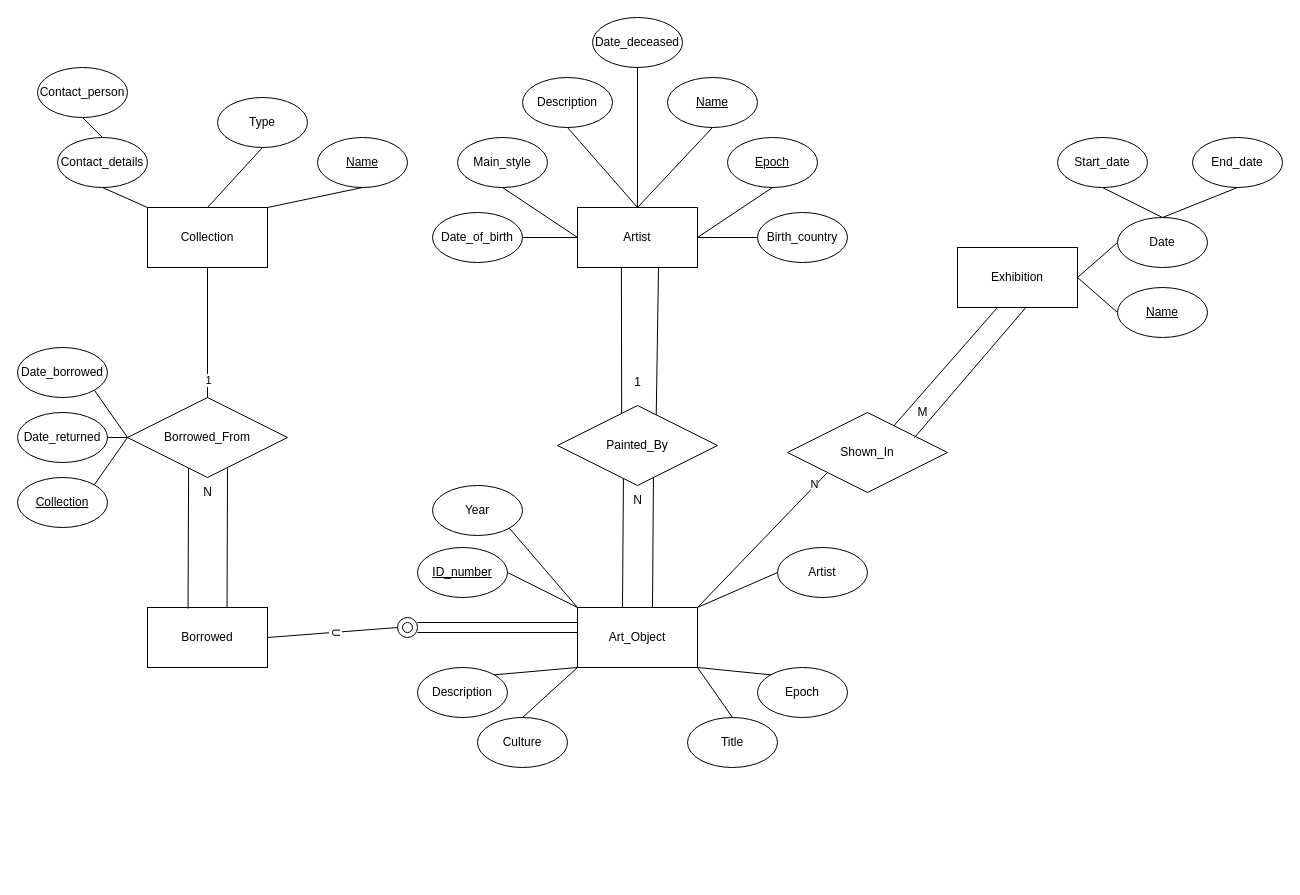
The draw.io diagram Untitled Diagram.drawio in ENSF-300-F23/museum-project-l03-35, before the edit. Source tidied: cells renumbered, new cells numbered last; positions are measured from the earlier drawing's top-left corner, leaving out a move shared by most shapes. Both pictures are drawn from the tidied source at 100%, with x=0, y=0 at pixel (17, 17).
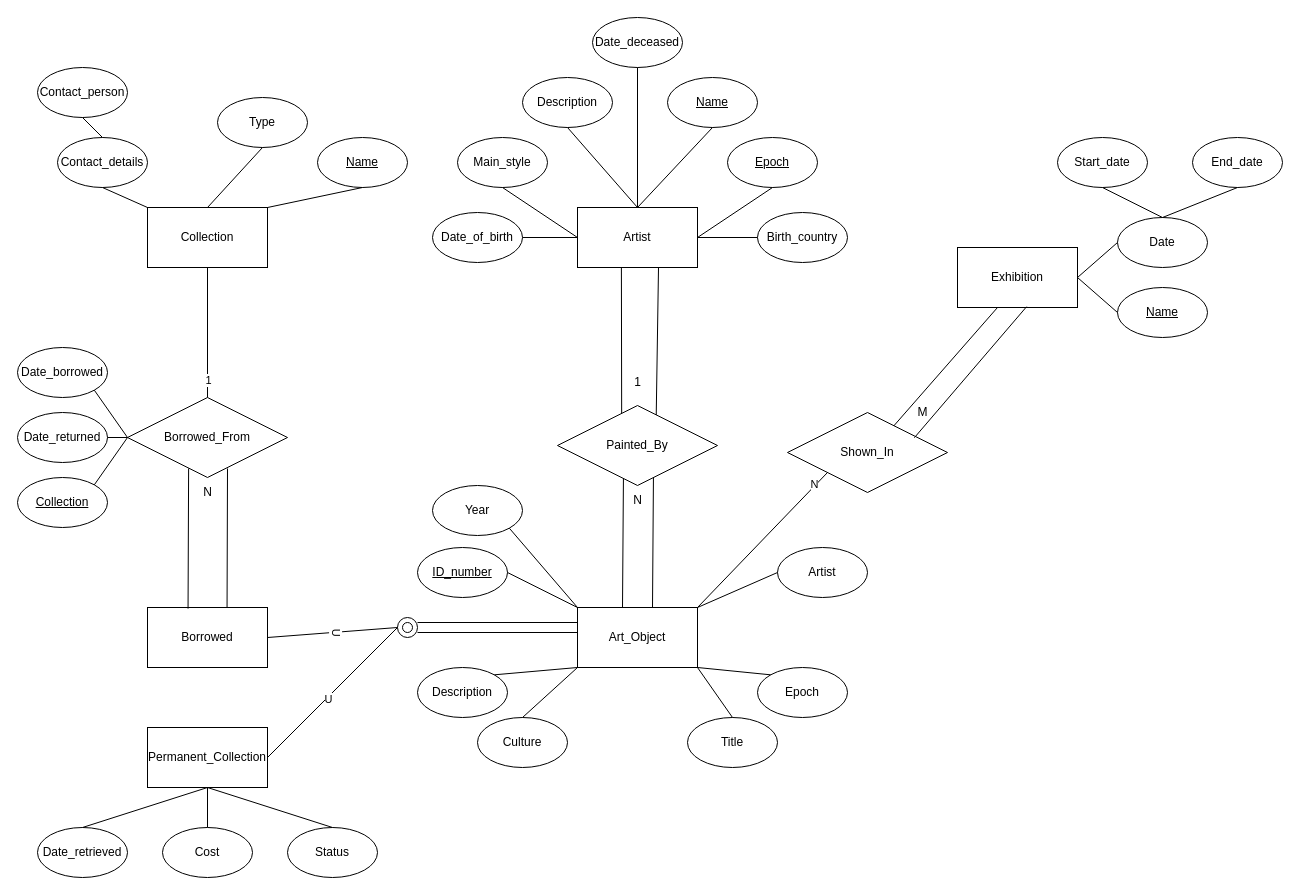
Above is the later version.

Commit message:
Added union to "permanent collection" entity and attributes

What changed in the source:
```diff
@@
+    <mxCell id="82" value="Permanent_Collection" style="rounded=0;whiteSpace=wrap;html=1;" parent="1" vertex="1">
+      <mxGeometry x="130" y="710" width="120" height="60" as="geometry" />
+    </mxCell>
+    <mxCell id="83" value="Status" style="ellipse;whiteSpace=wrap;html=1;" parent="1" vertex="1">
+      <mxGeometry x="270" y="810" width="90" height="50" as="geometry" />
+    </mxCell>
+    <mxCell id="84" value="Date_retrieved" style="ellipse;whiteSpace=wrap;html=1;" parent="1" vertex="1">
+      <mxGeometry x="20" y="810" width="90" height="50" as="geometry" />
+    </mxCell>
+    <mxCell id="85" value="Cost" style="ellipse;whiteSpace=wrap;html=1;" parent="1" vertex="1">
+      <mxGeometry x="145" y="810" width="90" height="50" as="geometry" />
+    </mxCell>
+    <mxCell id="86" style="endArrow=none;html=1;rounded=0;entryX=0.5;entryY=1;entryDx=0;entryDy=0;exitX=0.5;exitY=0;exitDx=0;exitDy=0;" parent="1" edge="1" source="84" target="82">
+      <mxGeometry relative="1" as="geometry" />
+    </mxCell>
+    <mxCell id="87" style="endArrow=none;html=1;rounded=0;exitX=0.5;exitY=0;exitDx=0;exitDy=0;" parent="1" edge="1" source="85">
+      <mxGeometry relative="1" as="geometry">
+        <mxPoint x="190" y="770" as="targetPoint" />
+      </mxGeometry>
+    </mxCell>
+    <mxCell id="88" style="endArrow=none;html=1;rounded=0;exitX=0.5;exitY=0;exitDx=0;exitDy=0;" parent="1" edge="1" source="83">
+      <mxGeometry relative="1" as="geometry">
+        <mxPoint x="190" y="770" as="targetPoint" />
+      </mxGeometry>
+    </mxCell>
+    <mxCell id="89" style="endArrow=none;html=1;rounded=0;exitX=1;exitY=0.5;exitDx=0;exitDy=0;" parent="1" edge="1" source="82">
+      <mxGeometry relative="1" as="geometry">
+        <mxPoint x="380" y="610" as="targetPoint" />
+      </mxGeometry>
+    </mxCell>
+    <mxCell id="90" value="U" style="edgeLabel;html=1;align=center;verticalAlign=middle;rotation=0;" parent="89" vertex="1">
+      <mxGeometry x="-0.09" y="-1" relative="1" as="geometry" />
+    </mxCell>
```
